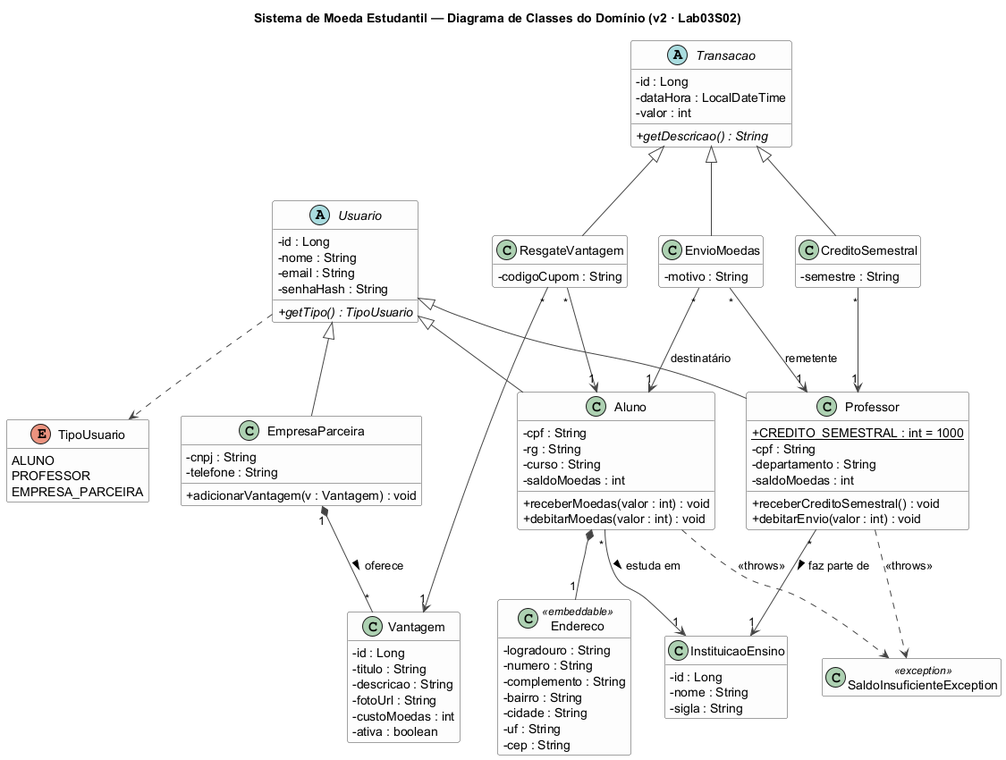
Above: docs/diagramas/diagrama-classes.png in viniciusoramos/Sistema-de-Moeda-Estudantil (PlantUML), before the change.
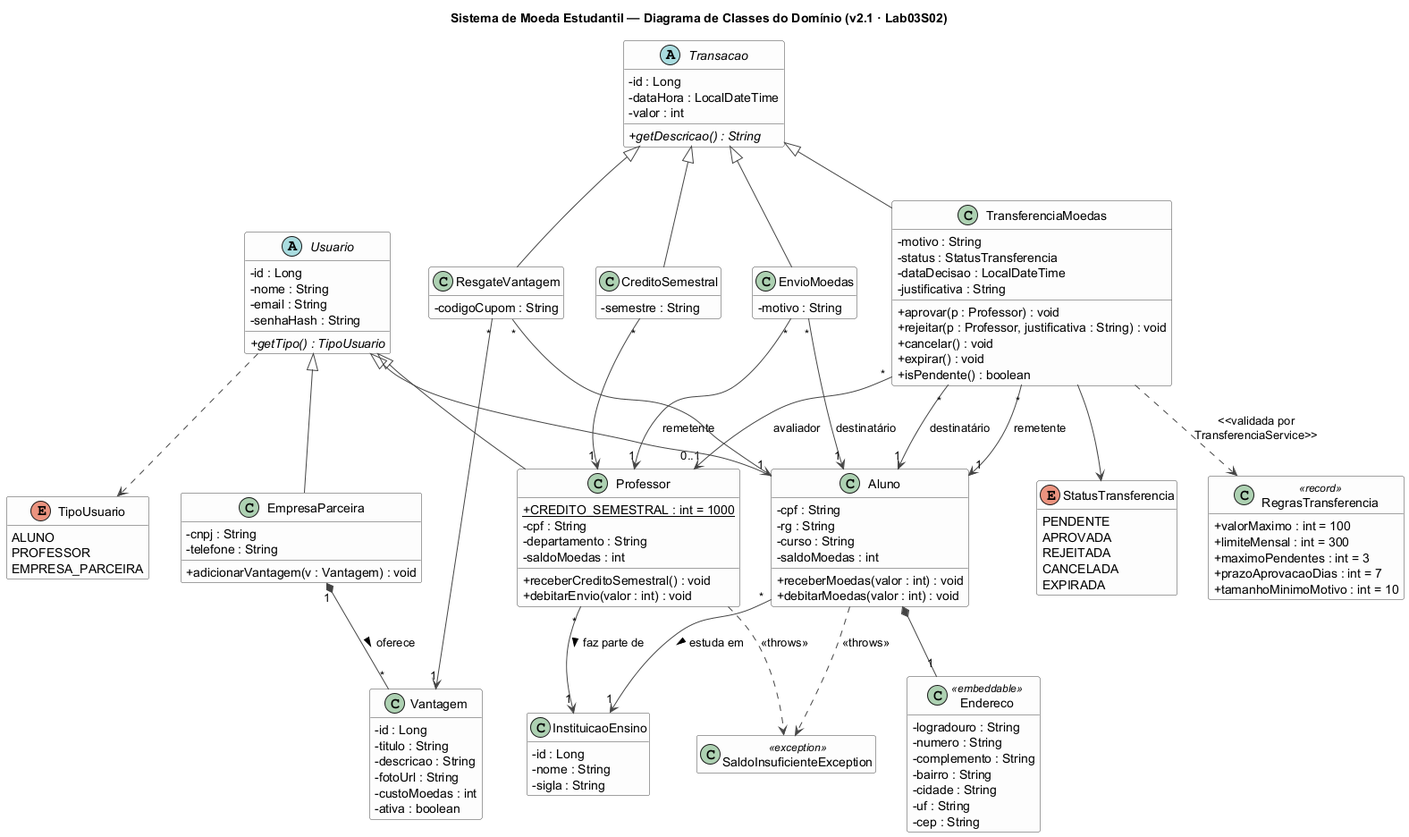
The same file after the commit.

The edit, as a diff of the source:
```diff
@@ -1,6 +1,6 @@
 @startuml diagrama-classes
 
-title Sistema de Moeda Estudantil — Diagrama de Classes do Domínio (v2 · Lab03S02)
+title Sistema de Moeda Estudantil — Diagrama de Classes do Domínio (v2.1 · Lab03S02)
 
 skinparam classAttributeIconSize 0
 skinparam shadowing false
@@ -96,6 +96,41 @@
 
 class SaldoInsuficienteException <<exception>>
 
+class TransferenciaMoedas {
+  - motivo : String
+  - status : StatusTransferencia
+  - dataDecisao : LocalDateTime
+  - justificativa : String
+  + aprovar(p : Professor) : void
+  + rejeitar(p : Professor, justificativa : String) : void
+  + cancelar() : void
+  + expirar() : void
+  + isPendente() : boolean
+}
+
+enum StatusTransferencia {
+  PENDENTE
+  APROVADA
+  REJEITADA
+  CANCELADA
+  EXPIRADA
+}
+
+class RegrasTransferencia <<record>> {
+  + valorMaximo : int = 100
+  + limiteMensal : int = 300
+  + maximoPendentes : int = 3
+  + prazoAprovacaoDias : int = 7
+  + tamanhoMinimoMotivo : int = 10
+}
+
+Transacao <|-- TransferenciaMoedas
+TransferenciaMoedas "*" --> "1" Aluno : remetente
+TransferenciaMoedas "*" --> "1" Aluno : destinatário
+TransferenciaMoedas "*" --> "0..1" Professor : avaliador
+TransferenciaMoedas --> StatusTransferencia
+TransferenciaMoedas ..> RegrasTransferencia : <<validada por\nTransferenciaService>>
+
 Usuario <|-- Aluno
 Usuario <|-- Professor
 Usuario <|-- EmpresaParceira
```
